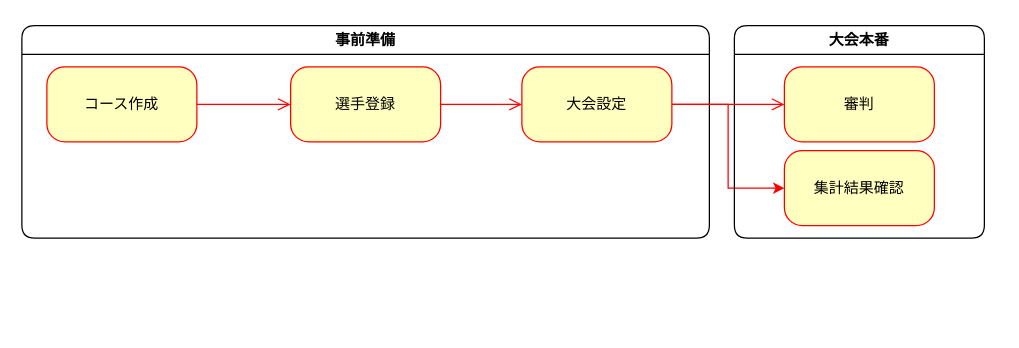
This is docs/static/drawioData/workflow.drawio from kazutan1230/robopo, a draw.io file, before an edit. Source tidied: cells renumbered, new cells numbered last; positions are measured from the earlier drawing's top-left corner, leaving out a move shared by most shapes. Both pictures are drawn from the tidied source at 125%, with x=0, y=0 at pixel (21, 25).
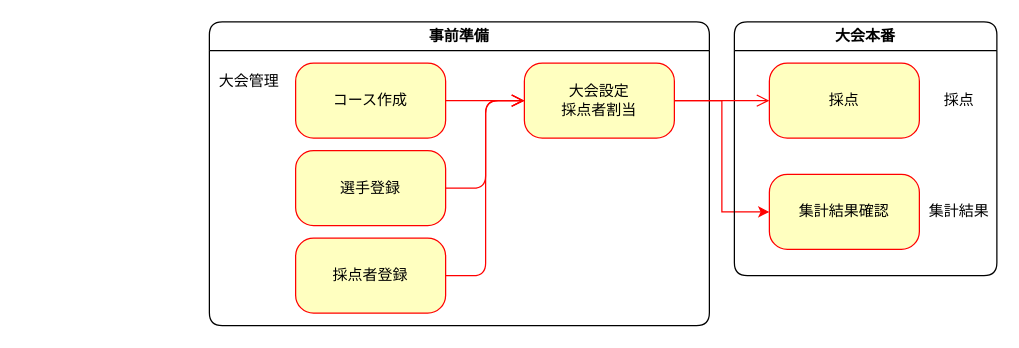
The same page after the edit.

Diff of the diagram source:
```diff
@@
 <mxGraphModel>
   <root>
     <mxCell id="0" />
     <mxCell id="1" parent="0" />
     <mxCell id="2" value="事前準備" style="swimlane;whiteSpace=wrap;html=1;rounded=1;shadow=0;comic=0;labelBackgroundColor=none;strokeWidth=1;fontFamily=Verdana;fontSize=12;align=center;" parent="1" vertex="1">
-      <mxGeometry width="550" height="170" as="geometry" />
+      <mxGeometry x="150" y="-3" width="400" height="243" as="geometry" />
     </mxCell>
     <mxCell id="3" style="edgeStyle=elbowEdgeStyle;html=1;labelBackgroundColor=none;endArrow=open;endSize=8;strokeColor=#ff0000;fontFamily=Verdana;fontSize=12;align=left;" parent="2" edge="1" source="4" target="6">
       <mxGeometry relative="1" as="geometry" />
     </mxCell>
     <mxCell id="4" value="選手登録" style="rounded=1;whiteSpace=wrap;html=1;arcSize=24;fillColor=#ffffc0;strokeColor=#ff0000;shadow=0;comic=0;labelBackgroundColor=none;fontFamily=Verdana;fontSize=12;fontColor=#000000;align=center;" parent="2" vertex="1">
-      <mxGeometry x="215" y="33" width="120" height="60" as="geometry" />
+      <mxGeometry x="69" y="103" width="120" height="60" as="geometry" />
     </mxCell>
-    <mxCell id="5" style="edgeStyle=elbowEdgeStyle;html=1;labelBackgroundColor=none;endArrow=open;endSize=8;strokeColor=#ff0000;fontFamily=Verdana;fontSize=12;align=left;" parent="2" edge="1" target="4">
-      <mxGeometry relative="1" as="geometry">
-        <mxPoint x="105" y="63" as="sourcePoint" />
-      </mxGeometry>
+    <mxCell id="5" style="edgeStyle=elbowEdgeStyle;html=1;labelBackgroundColor=none;endArrow=open;endSize=8;strokeColor=#ff0000;fontFamily=Verdana;fontSize=12;align=left;exitX=1;exitY=0.5;exitDx=0;exitDy=0;entryX=0;entryY=0.5;entryDx=0;entryDy=0;" parent="2" edge="1" source="7" target="6">
+      <mxGeometry relative="1" as="geometry" />
     </mxCell>
-    <mxCell id="6" value="大会設定" style="rounded=1;whiteSpace=wrap;html=1;arcSize=24;fillColor=#ffffc0;strokeColor=#ff0000;shadow=0;comic=0;labelBackgroundColor=none;fontFamily=Verdana;fontSize=12;fontColor=#000000;align=center;" parent="2" vertex="1">
-      <mxGeometry x="400" y="33" width="120" height="60" as="geometry" />
+    <mxCell id="6" value="大会設定&lt;br&gt;採点者割当" style="rounded=1;whiteSpace=wrap;html=1;arcSize=24;fillColor=#ffffc0;strokeColor=#ff0000;shadow=0;comic=0;labelBackgroundColor=none;fontFamily=Verdana;fontSize=12;fontColor=#000000;align=center;" parent="2" vertex="1">
+      <mxGeometry x="252" y="33" width="120" height="60" as="geometry" />
     </mxCell>
     <mxCell id="7" value="コース作成" style="rounded=1;whiteSpace=wrap;html=1;arcSize=24;fillColor=#ffffc0;strokeColor=#ff0000;shadow=0;comic=0;labelBackgroundColor=none;fontFamily=Verdana;fontSize=12;fontColor=#000000;align=center;" parent="2" vertex="1">
-      <mxGeometry x="20" y="33" width="120" height="60" as="geometry" />
+      <mxGeometry x="69" y="33" width="120" height="60" as="geometry" />
     </mxCell>
+    <mxCell id="13" value="大会管理" style="text;strokeColor=none;align=center;fillColor=none;html=1;verticalAlign=middle;whiteSpace=wrap;rounded=0;" parent="2" vertex="1">
+      <mxGeometry x="2" y="33" width="60" height="30" as="geometry" />
+    </mxCell>
+    <mxCell id="14" value="&lt;div style=&quot;text-align: left;&quot;&gt;&lt;font style=&quot;font-size: 12px;&quot; face=&quot;system-ui, -apple-system, Segoe UI, Roboto, Ubuntu, Cantarell, Noto Sans, sans-serif, BlinkMacSystemFont, Segoe UI, Helvetica, Arial, sans-serif, Apple Color Emoji, Segoe UI Emoji, Segoe UI Symbol&quot;&gt;採点者登録&lt;/font&gt;&lt;/div&gt;" style="rounded=1;whiteSpace=wrap;html=1;arcSize=24;fillColor=#ffffc0;strokeColor=#ff0000;shadow=0;comic=0;labelBackgroundColor=none;fontFamily=Verdana;fontSize=11;fontColor=#000000;align=center;" parent="2" vertex="1">
+      <mxGeometry x="69" y="173" width="120" height="60" as="geometry" />
+    </mxCell>
+    <mxCell id="15" style="edgeStyle=elbowEdgeStyle;html=1;labelBackgroundColor=none;endArrow=open;endSize=8;strokeColor=#ff0000;fontFamily=Verdana;fontSize=12;align=left;exitX=1;exitY=0.5;exitDx=0;exitDy=0;entryX=0;entryY=0.5;entryDx=0;entryDy=0;" parent="2" edge="1" source="14" target="6">
+      <mxGeometry relative="1" as="geometry" />
+    </mxCell>
     <mxCell id="8" style="edgeStyle=orthogonalEdgeStyle;rounded=0;jettySize=auto;html=1;entryX=0;entryY=0.5;entryDx=0;entryDy=0;strokeColor=#FF0000;" parent="1" edge="1" source="6" target="10">
       <mxGeometry relative="1" as="geometry" />
     </mxCell>
     <mxCell id="9" value="大会本番" style="swimlane;whiteSpace=wrap;html=1;rounded=1;shadow=0;comic=0;labelBackgroundColor=none;strokeWidth=1;fontFamily=Verdana;fontSize=12;align=center;startSize=23;" parent="1" vertex="1">
-      <mxGeometry x="570" width="200" height="170" as="geometry" />
+      <mxGeometry x="570" y="-3" width="210" height="203" as="geometry" />
     </mxCell>
     <mxCell id="10" value="集計結果確認" style="rounded=1;whiteSpace=wrap;html=1;arcSize=24;fillColor=#ffffc0;strokeColor=#ff0000;shadow=0;comic=0;labelBackgroundColor=none;fontFamily=Verdana;fontSize=12;fontColor=#000000;align=center;" parent="9" vertex="1">
-      <mxGeometry x="40" y="100" width="120" height="60" as="geometry" />
+      <mxGeometry x="28" y="122" width="120" height="60" as="geometry" />
     </mxCell>
-    <mxCell id="11" value="審判" style="rounded=1;whiteSpace=wrap;html=1;arcSize=24;fillColor=#ffffc0;strokeColor=#ff0000;shadow=0;comic=0;labelBackgroundColor=none;fontFamily=Verdana;fontSize=12;fontColor=#000000;align=center;" parent="9" vertex="1">
-      <mxGeometry x="40" y="33" width="120" height="60" as="geometry" />
+    <mxCell id="11" value="採点" style="rounded=1;whiteSpace=wrap;html=1;arcSize=24;fillColor=#ffffc0;strokeColor=#ff0000;shadow=0;comic=0;labelBackgroundColor=none;fontFamily=Verdana;fontSize=12;fontColor=#000000;align=center;" parent="9" vertex="1">
+      <mxGeometry x="28" y="33" width="120" height="60" as="geometry" />
     </mxCell>
+    <mxCell id="16" value="採点" style="text;strokeColor=none;align=center;fillColor=none;html=1;verticalAlign=middle;whiteSpace=wrap;rounded=0;" parent="9" vertex="1">
+      <mxGeometry x="150" y="48" width="60" height="30" as="geometry" />
+    </mxCell>
+    <mxCell id="17" value="集計結果" style="text;strokeColor=none;align=center;fillColor=none;html=1;verticalAlign=middle;whiteSpace=wrap;rounded=0;" parent="9" vertex="1">
+      <mxGeometry x="150" y="137" width="60" height="30" as="geometry" />
+    </mxCell>
     <mxCell id="12" style="edgeStyle=elbowEdgeStyle;html=1;labelBackgroundColor=none;endArrow=open;endSize=8;strokeColor=#ff0000;fontFamily=Verdana;fontSize=12;align=left;" parent="1" edge="1" source="6" target="11">
       <mxGeometry relative="1" as="geometry" />
     </mxCell>
   </root>
 </mxGraphModel>
```
